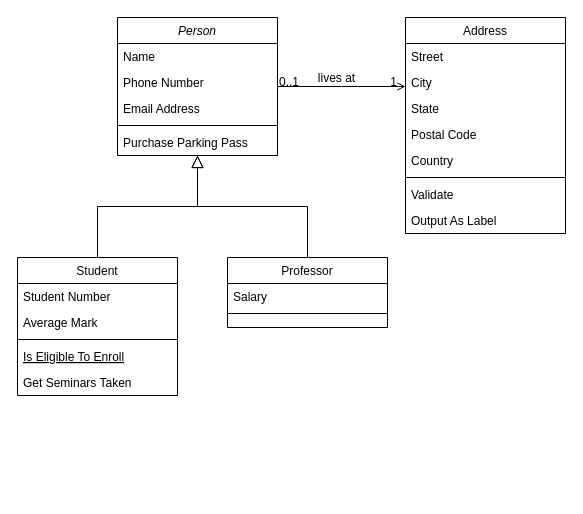
Earlier version of the draw.io diagram Diagram bez tytułu.drawio (glabojko/myfirstproject). Source tidied: cells renumbered, new cells numbered last; positions are measured from the earlier drawing's top-left corner, leaving out a move shared by most shapes. Both pictures are drawn from the tidied source at 100%, with x=0, y=0 at pixel (17, 17).
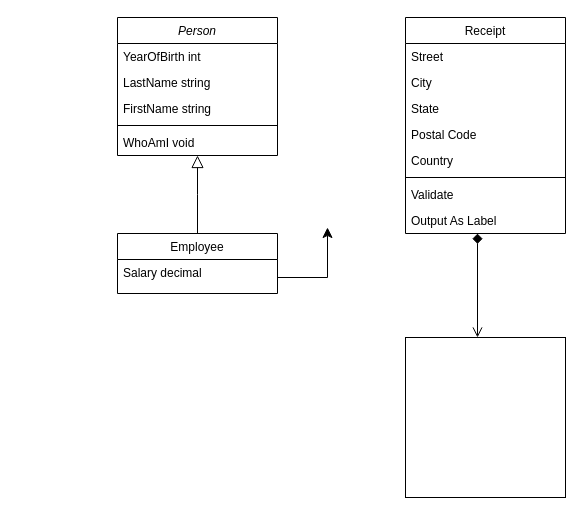
After the change.

The change refers to these unchanged cells:
```xml
<mxCell id="2" value="Person" style="swimlane;fontStyle=2;align=center;verticalAlign=top;horizontal=1;startSize=26;rounded=0;shadow=0;strokeWidth=1;" parent="1" vertex="1">
  <mxGeometry x="100" width="160" height="138" as="geometry" />
</mxCell>
```

Change to the diagram source:
```diff
@@
-    <mxCell id="3" value="Name" style="text;align=left;verticalAlign=top;spacingLeft=4;spacingRight=4;overflow=hidden;" parent="2" vertex="1">
+    <mxCell id="3" value="YearOfBirth int" style="text;align=left;verticalAlign=top;spacingLeft=4;spacingRight=4;overflow=hidden;" parent="2" vertex="1">
       <mxGeometry y="26" width="160" height="26" as="geometry" />
     </mxCell>
-    <mxCell id="4" value="Phone Number" style="text;align=left;verticalAlign=top;spacingLeft=4;spacingRight=4;overflow=hidden;rounded=0;shadow=0;html=0;" parent="2" vertex="1">
+    <mxCell id="4" value="LastName string" style="text;align=left;verticalAlign=top;spacingLeft=4;spacingRight=4;overflow=hidden;rounded=0;shadow=0;html=0;" parent="2" vertex="1">
       <mxGeometry y="52" width="160" height="26" as="geometry" />
     </mxCell>
-    <mxCell id="5" value="Email Address" style="text;align=left;verticalAlign=top;spacingLeft=4;spacingRight=4;overflow=hidden;rounded=0;shadow=0;html=0;" parent="2" vertex="1">
+    <mxCell id="5" value="FirstName string" style="text;align=left;verticalAlign=top;spacingLeft=4;spacingRight=4;overflow=hidden;rounded=0;shadow=0;html=0;" parent="2" vertex="1">
       <mxGeometry y="78" width="160" height="26" as="geometry" />
     </mxCell>
@@
-    <mxCell id="7" value="Purchase Parking Pass" style="text;align=left;verticalAlign=top;spacingLeft=4;spacingRight=4;overflow=hidden;" parent="2" vertex="1">
+    <mxCell id="7" value="WhoAmI void" style="text;align=left;verticalAlign=top;spacingLeft=4;spacingRight=4;overflow=hidden;" parent="2" vertex="1">
       <mxGeometry y="112" width="160" height="26" as="geometry" />
     </mxCell>
-    <mxCell id="8" value="Student" style="swimlane;fontStyle=0;align=center;verticalAlign=top;horizontal=1;startSize=26;rounded=0;shadow=0;strokeWidth=1;" parent="1" vertex="1">
-      <mxGeometry y="240" width="160" height="138" as="geometry" />
+    <mxCell id="8" value="Employee" style="swimlane;fontStyle=0;align=center;verticalAlign=top;horizontal=1;startSize=26;rounded=0;shadow=0;strokeWidth=1;" parent="1" vertex="1">
+      <mxGeometry x="100" y="216" width="160" height="60" as="geometry" />
     </mxCell>
-    <mxCell id="9" value="Student Number" style="text;align=left;verticalAlign=top;spacingLeft=4;spacingRight=4;overflow=hidden;" parent="8" vertex="1">
-      <mxGeometry y="26" width="160" height="26" as="geometry" />
-    </mxCell>
-    <mxCell id="10" value="Average Mark" style="text;align=left;verticalAlign=top;spacingLeft=4;spacingRight=4;overflow=hidden;rounded=0;shadow=0;html=0;" parent="8" vertex="1">
-      <mxGeometry y="52" width="160" height="26" as="geometry" />
+    <mxCell id="10" value="Salary decimal" style="text;align=left;verticalAlign=top;spacingLeft=4;spacingRight=4;overflow=hidden;rounded=0;shadow=0;html=0;" parent="8" vertex="1">
+      <mxGeometry y="26" width="160" height="32" as="geometry" />
     </mxCell>
-    <mxCell id="11" style="line;html=1;strokeWidth=1;align=left;verticalAlign=middle;spacingTop=-1;spacingLeft=3;spacingRight=3;labelPosition=right;" parent="8" vertex="1">
-      <mxGeometry y="78" width="160" height="8" as="geometry" />
-    </mxCell>
-    <mxCell id="12" value="Is Eligible To Enroll" style="text;align=left;verticalAlign=top;spacingLeft=4;spacingRight=4;overflow=hidden;fontStyle=4;" parent="8" vertex="1">
-      <mxGeometry y="86" width="160" height="26" as="geometry" />
-    </mxCell>
-    <mxCell id="13" value="Get Seminars Taken" style="text;align=left;verticalAlign=top;spacingLeft=4;spacingRight=4;overflow=hidden;" parent="8" vertex="1">
-      <mxGeometry y="112" width="160" height="26" as="geometry" />
-    </mxCell>
@@
-    <mxCell id="15" value="Professor" style="swimlane;fontStyle=0;align=center;verticalAlign=top;horizontal=1;startSize=26;rounded=0;shadow=0;strokeWidth=1;" parent="1" vertex="1">
-      <mxGeometry x="210" y="240" width="160" height="70" as="geometry" />
-    </mxCell>
-    <mxCell id="16" value="Salary" style="text;align=left;verticalAlign=top;spacingLeft=4;spacingRight=4;overflow=hidden;" parent="15" vertex="1">
-      <mxGeometry y="26" width="160" height="26" as="geometry" />
-    </mxCell>
-    <mxCell id="17" style="line;html=1;strokeWidth=1;align=left;verticalAlign=middle;spacingTop=-1;spacingLeft=3;spacingRight=3;labelPosition=right;" parent="15" vertex="1">
-      <mxGeometry y="52" width="160" height="8" as="geometry" />
-    </mxCell>
-    <mxCell id="18" style="endArrow=block;endSize=10;endFill=0;shadow=0;strokeWidth=1;rounded=0;edgeStyle=elbowEdgeStyle;elbow=vertical;" parent="1" edge="1" source="15" target="2">
-      <mxGeometry relative="1" as="geometry" />
-    </mxCell>
-    <mxCell id="19" value="Address" style="swimlane;fontStyle=0;align=center;verticalAlign=top;horizontal=1;startSize=26;rounded=0;shadow=0;strokeWidth=1;" parent="1" vertex="1">
+    <mxCell id="19" value="Receipt" style="swimlane;fontStyle=0;align=center;verticalAlign=top;horizontal=1;startSize=26;rounded=0;shadow=0;strokeWidth=1;" parent="1" vertex="1">
       <mxGeometry x="388" width="160" height="216" as="geometry" />
     </mxCell>
@@
-    <mxCell id="28" style="endArrow=open;shadow=0;strokeWidth=1;rounded=0;endFill=1;edgeStyle=elbowEdgeStyle;elbow=vertical;" parent="1" edge="1" source="2" target="19">
-      <mxGeometry x="0.5" y="41" relative="1" as="geometry">
-        <mxPoint x="-40" y="32" as="offset" />
-      </mxGeometry>
-    </mxCell>
-    <mxCell id="29" value="0..1" style="align=left;verticalAlign=bottom;labelBackgroundColor=none;fontSize=12;" parent="28" vertex="1">
-      <mxGeometry x="-1" relative="1" as="geometry">
-        <mxPoint y="4" as="offset" />
-      </mxGeometry>
-    </mxCell>
-    <mxCell id="30" value="1" style="align=right;verticalAlign=bottom;labelBackgroundColor=none;fontSize=12;" parent="28" vertex="1">
-      <mxGeometry x="1" relative="1" as="geometry">
-        <mxPoint x="-7" y="4" as="offset" />
-      </mxGeometry>
-    </mxCell>
-    <mxCell id="31" value="lives at" style="text;html=1;align=center;verticalAlign=middle;labelBackgroundColor=none;rounded=0;shadow=0;strokeWidth=1;fontSize=12;" parent="28" vertex="1">
-      <mxGeometry x="0.5" y="49" relative="1" as="geometry">
-        <mxPoint x="-38" y="40" as="offset" />
-      </mxGeometry>
-    </mxCell>
+    <mxCell id="32" style="whiteSpace=wrap;html=1;" parent="1" vertex="1">
+      <mxGeometry x="388" y="320" width="160" height="160" as="geometry" />
+    </mxCell>
+    <mxCell id="33" style="edgeStyle=segmentEdgeStyle;endArrow=classic;html=1;curved=0;rounded=0;endSize=8;startSize=8;" parent="1" edge="1">
+      <mxGeometry relative="1" as="geometry">
+        <mxPoint x="260" y="260" as="sourcePoint" />
+        <mxPoint x="310" y="210" as="targetPoint" />
+      </mxGeometry>
+    </mxCell>
+    <mxCell id="34" style="endArrow=diamond;html=1;rounded=0;endSize=8;startSize=8;exitX=0.45;exitY=0;exitDx=0;exitDy=0;startArrow=open;startFill=0;endFill=1;exitPerimeter=0;" parent="1" edge="1" source="32">
+      <mxGeometry relative="1" as="geometry">
+        <mxPoint x="460" y="216" as="targetPoint" />
+      </mxGeometry>
+    </mxCell>
```
